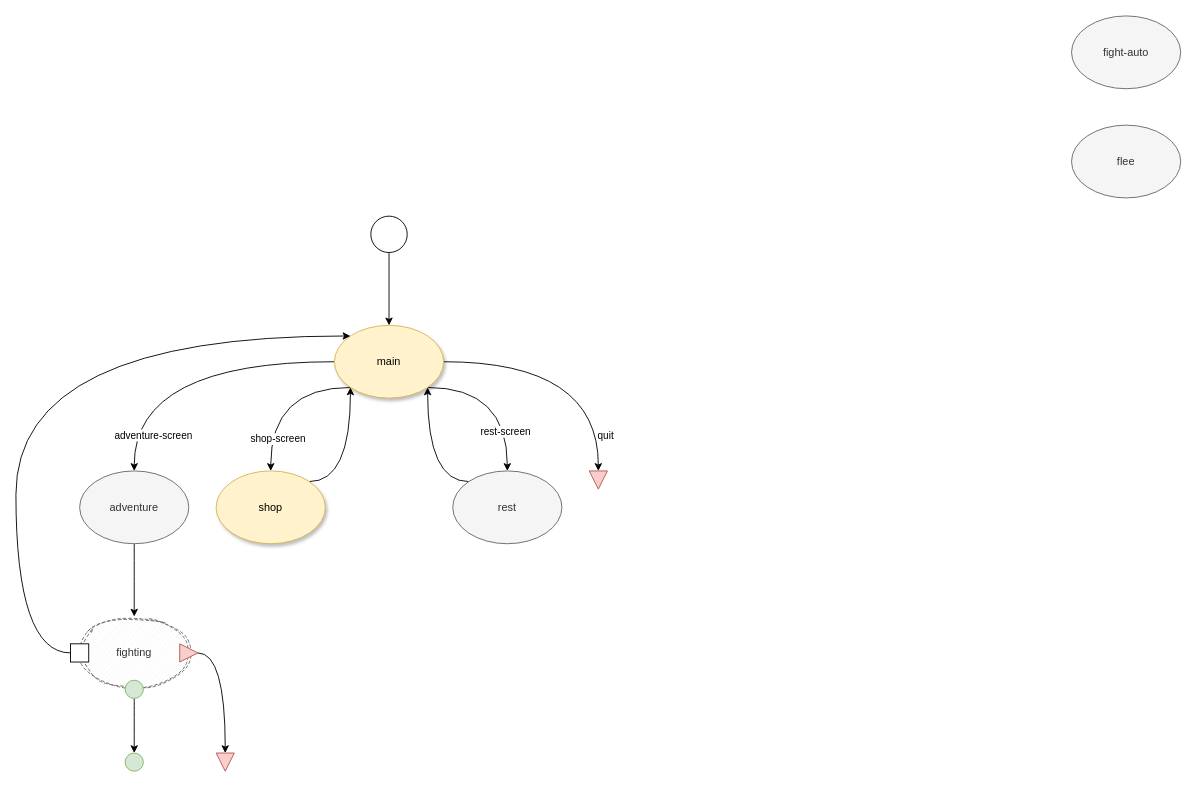
This is page "Dungeon Crawler<Top" (3 of 16) of dw/dc.drawio from guitarvydas/ceptre, a draw.io file, before an edit. Source tidied: cells renumbered, new cells numbered last; positions are measured from the earlier drawing's top-left corner, leaving out a move shared by most shapes. Both pictures are drawn from the tidied source at 91%, with x=0, y=0 at pixel (15, 15).
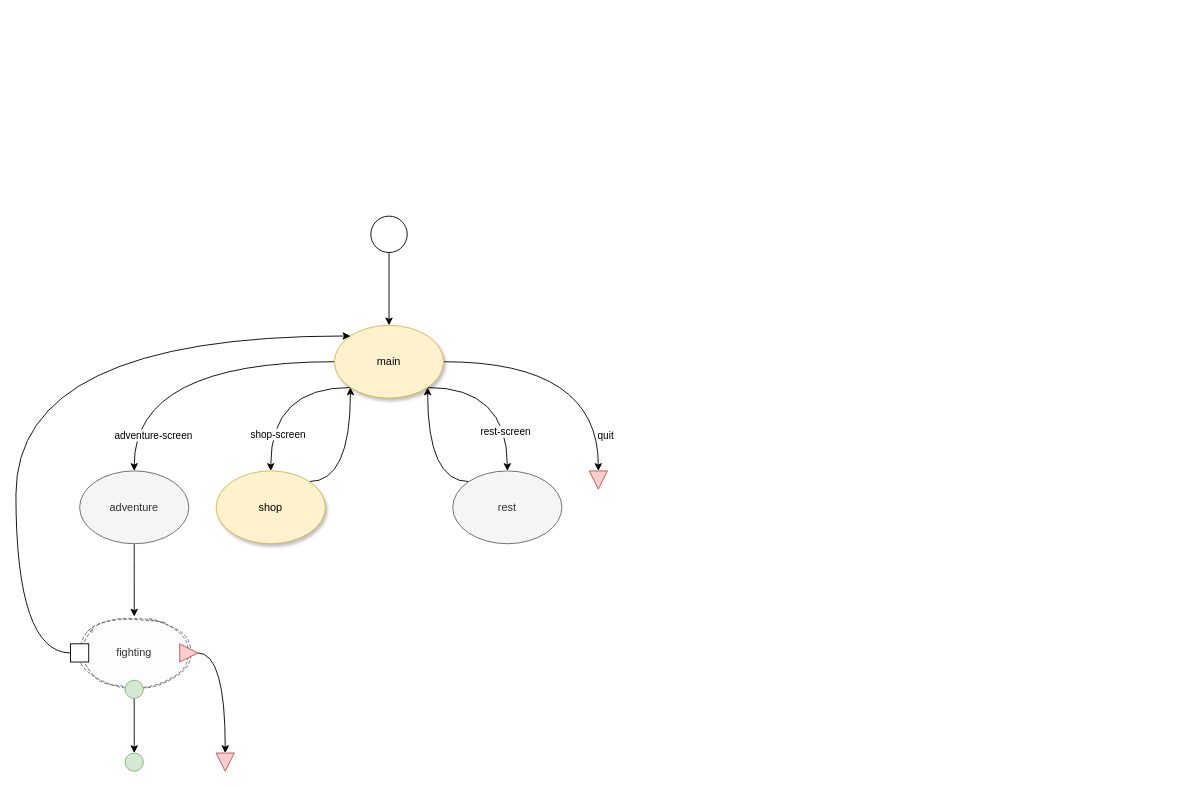
The same diagram, later.

Unchanged cells that the change refers to:
```xml
<mxCell id="6" style="edgeStyle=orthogonalEdgeStyle;shape=connector;curved=1;rounded=1;jettySize=auto;html=1;exitX=0;exitY=1;exitDx=0;exitDy=0;entryX=0.5;entryY=0;entryDx=0;entryDy=0;labelBackgroundColor=default;strokeColor=default;align=center;verticalAlign=middle;fontFamily=Helvetica;fontSize=11;fontColor=default;endArrow=classic;" parent="1" edge="1" source="10" target="14">
  <mxGeometry relative="1" as="geometry" />
</mxCell>
```

The edit, as a diff of the source:
```diff
@@
     <mxCell id="7" value="shop-screen" style="edgeLabel;html=1;align=center;verticalAlign=middle;fontSize=11;fontFamily=Helvetica;fontColor=default;" parent="6" vertex="1">
-      <mxGeometry x="0.61" y="7" relative="1" as="geometry" />
+      <mxGeometry x="0.61" y="7" relative="1" as="geometry">
+        <mxPoint y="-5" as="offset" />
+      </mxGeometry>
     </mxCell>
@@
-    <mxCell id="17" value="fight-auto" style="ellipse;whiteSpace=wrap;html=1;fillColor=#f5f5f5;fontColor=#333333;strokeColor=#666666;" parent="1" vertex="1">
-      <mxGeometry x="1160" width="120" height="80" as="geometry" />
-    </mxCell>
-    <mxCell id="18" value="flee" style="ellipse;whiteSpace=wrap;html=1;fillColor=#f5f5f5;fontColor=#333333;strokeColor=#666666;" parent="1" vertex="1">
-      <mxGeometry x="1160" y="120" width="120" height="80" as="geometry" />
-    </mxCell>
```
